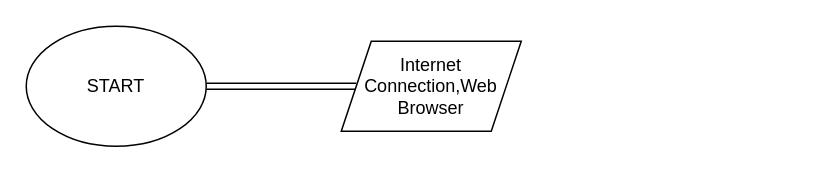
Earlier version of the draw.io diagram diagrams-net-example-project.drawio (GitCoder23/FlowchartsOnline). Source tidied: cells renumbered, new cells numbered last; positions are measured from the earlier drawing's top-left corner, leaving out a move shared by most shapes. Both pictures are drawn from the tidied source at 150%, with x=0, y=0 at pixel (26, 26).
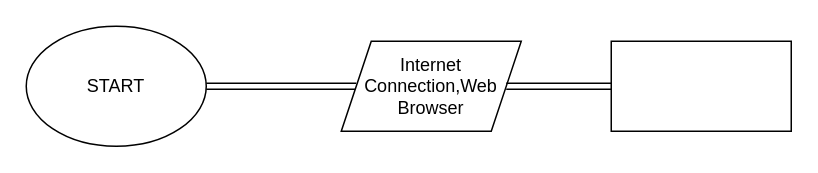
Above is the later version.

What changed in the source:
```diff
@@
 <mxGraphModel>
   <root>
     <mxCell id="0" />
     <mxCell id="1" parent="0" />
     <mxCell id="2" value="START" style="ellipse;whiteSpace=wrap;html=1;" parent="1" vertex="1">
       <mxGeometry width="120" height="80" as="geometry" />
     </mxCell>
     <mxCell id="3" style="shape=link;html=1;" parent="1" edge="1" source="2">
       <mxGeometry relative="1" as="geometry">
         <mxPoint x="220" y="40" as="targetPoint" />
       </mxGeometry>
     </mxCell>
     <mxCell id="4" value="&lt;font style=&quot;font-size: 12px&quot;&gt;Internet Connection,Web Browser&lt;/font&gt;" style="shape=parallelogram;perimeter=parallelogramPerimeter;whiteSpace=wrap;html=1;fixedSize=1;" parent="1" vertex="1">
       <mxGeometry x="210" y="10" width="120" height="60" as="geometry" />
     </mxCell>
+    <mxCell id="5" style="rounded=0;whiteSpace=wrap;html=1;" parent="1" vertex="1">
+      <mxGeometry x="390" y="10" width="120" height="60" as="geometry" />
+    </mxCell>
+    <mxCell id="6" style="shape=link;html=1;" parent="1" edge="1">
+      <mxGeometry relative="1" as="geometry">
+        <mxPoint x="320" y="40" as="sourcePoint" />
+        <mxPoint x="390" y="40" as="targetPoint" />
+      </mxGeometry>
+    </mxCell>
   </root>
 </mxGraphModel>
```
